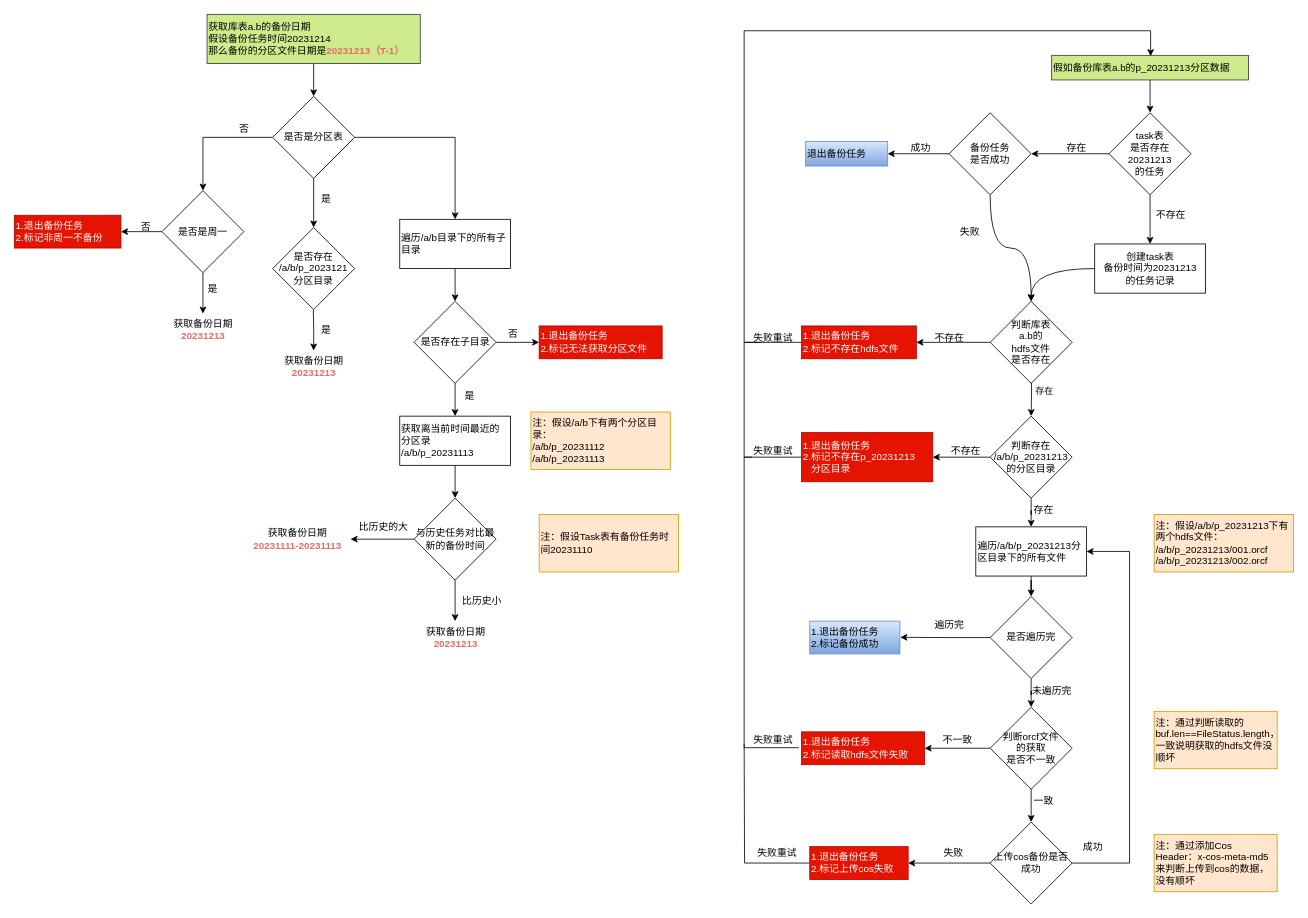
This is src/main/resources/work.drawio from milanyangbo/embedded-tidb, a draw.io file, before an edit. Source tidied: cells renumbered, new cells numbered last; positions are measured from the earlier drawing's top-left corner, leaving out a move shared by most shapes. Both pictures are drawn from the tidied source at 82%, with x=0, y=0 at pixel (14, 14).
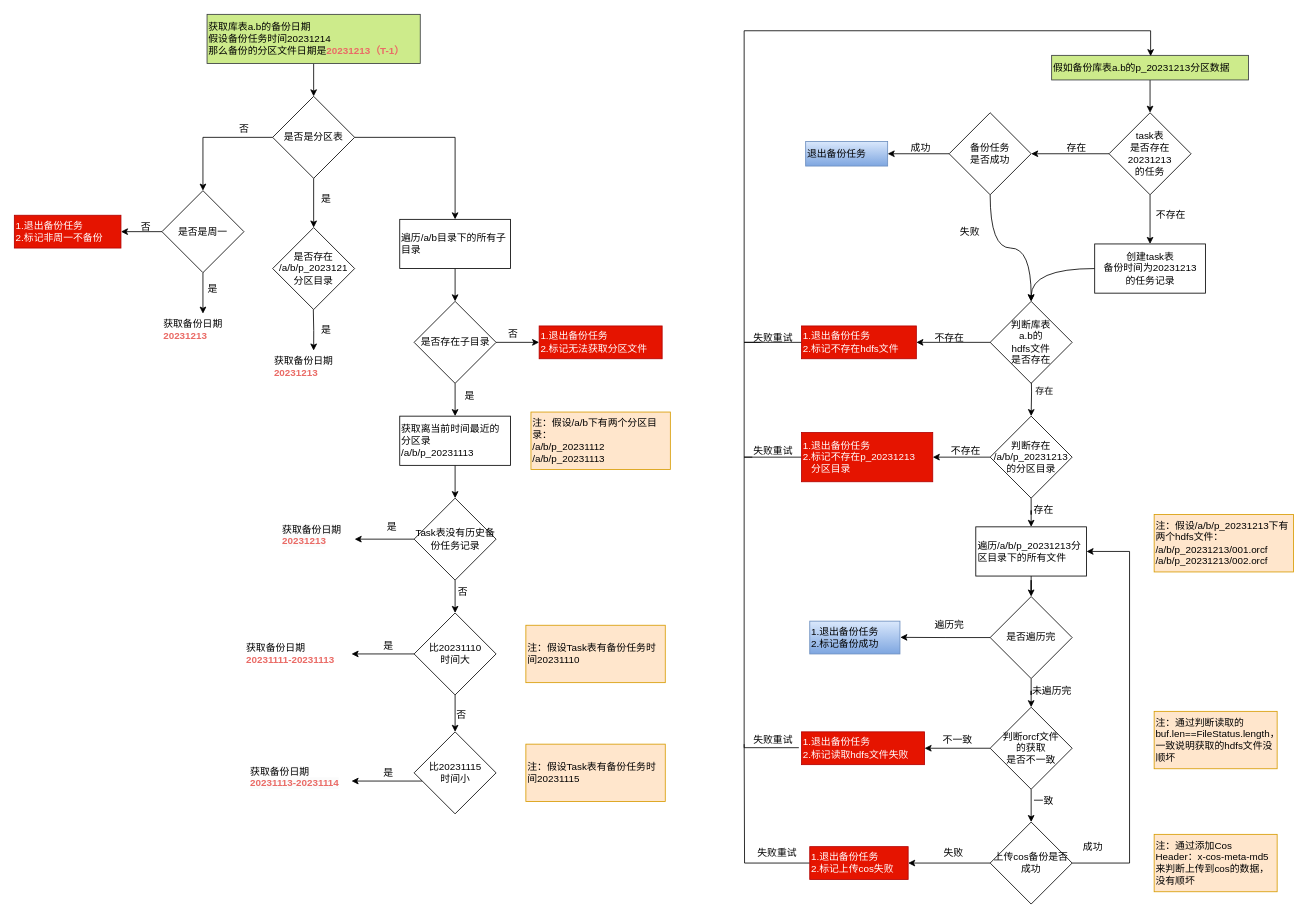
The same page after the edit.

The change refers to these unchanged cells:
```xml
<mxCell id="87" value="获取离当前时间最近的&lt;br&gt;分区录&lt;br&gt;/a/b/p_20231113" style="rounded=0;whiteSpace=wrap;html=1;align=left;" parent="1" vertex="1">
  <mxGeometry x="470" y="490" width="135" height="60" as="geometry" />
</mxCell>
```

What changed in the source:
```diff
@@
-    <mxCell id="69" value="获取备份日期&lt;br&gt;&lt;b style=&quot;--tw-border-spacing-x: 0; --tw-border-spacing-y: 0; --tw-translate-x: 0; --tw-translate-y: 0; --tw-rotate: 0; --tw-skew-x: 0; --tw-skew-y: 0; --tw-scale-x: 1; --tw-scale-y: 1; --tw-pan-x: ; --tw-pan-y: ; --tw-pinch-zoom: ; --tw-scroll-snap-strictness: proximity; --tw-gradient-from-position: ; --tw-gradient-via-position: ; --tw-gradient-to-position: ; --tw-ordinal: ; --tw-slashed-zero: ; --tw-numeric-figure: ; --tw-numeric-spacing: ; --tw-numeric-fraction: ; --tw-ring-inset: ; --tw-ring-offset-width: 0px; --tw-ring-offset-color: #fff; --tw-ring-color: rgb(59 130 246 / .5); --tw-ring-offset-shadow: 0 0 #0000; --tw-ring-shadow: 0 0 #0000; --tw-shadow: 0 0 #0000; --tw-shadow-colored: 0 0 #0000; --tw-blur: ; --tw-brightness: ; --tw-contrast: ; --tw-grayscale: ; --tw-hue-rotate: ; --tw-invert: ; --tw-saturate: ; --tw-sepia: ; --tw-drop-shadow: ; --tw-backdrop-blur: ; --tw-backdrop-brightness: ; --tw-backdrop-contrast: ; --tw-backdrop-grayscale: ; --tw-backdrop-hue-rotate: ; --tw-backdrop-invert: ; --tw-backdrop-opacity: ; --tw-backdrop-saturate: ; --tw-backdrop-sepia: ; border-color: var(--border-color); color: rgb(234, 107, 102); text-align: left;&quot;&gt;20231213&lt;/b&gt;" style="text;html=1;align=center;verticalAlign=middle;points=[];strokeColor=none;fillColor=none;" parent="1" vertex="1">
+    <mxCell id="69" value="获取备份日期&lt;br&gt;&lt;b style=&quot;--tw-border-spacing-x: 0; --tw-border-spacing-y: 0; --tw-translate-x: 0; --tw-translate-y: 0; --tw-rotate: 0; --tw-skew-x: 0; --tw-skew-y: 0; --tw-scale-x: 1; --tw-scale-y: 1; --tw-pan-x: ; --tw-pan-y: ; --tw-pinch-zoom: ; --tw-scroll-snap-strictness: proximity; --tw-gradient-from-position: ; --tw-gradient-via-position: ; --tw-gradient-to-position: ; --tw-ordinal: ; --tw-slashed-zero: ; --tw-numeric-figure: ; --tw-numeric-spacing: ; --tw-numeric-fraction: ; --tw-ring-inset: ; --tw-ring-offset-width: 0px; --tw-ring-offset-color: #fff; --tw-ring-color: rgb(59 130 246 / .5); --tw-ring-offset-shadow: 0 0 #0000; --tw-ring-shadow: 0 0 #0000; --tw-shadow: 0 0 #0000; --tw-shadow-colored: 0 0 #0000; --tw-blur: ; --tw-brightness: ; --tw-contrast: ; --tw-grayscale: ; --tw-hue-rotate: ; --tw-invert: ; --tw-saturate: ; --tw-sepia: ; --tw-drop-shadow: ; --tw-backdrop-blur: ; --tw-backdrop-brightness: ; --tw-backdrop-contrast: ; --tw-backdrop-grayscale: ; --tw-backdrop-hue-rotate: ; --tw-backdrop-invert: ; --tw-backdrop-opacity: ; --tw-backdrop-saturate: ; --tw-backdrop-sepia: ; border-color: var(--border-color); color: rgb(234, 107, 102);&quot;&gt;20231213&lt;/b&gt;" style="text;html=1;align=left;verticalAlign=middle;points=[];strokeColor=none;fillColor=none;" parent="1" vertex="1">
       <mxGeometry x="180" y="365" width="100" height="40" as="geometry" />
     </mxCell>
@@
-    <mxCell id="77" value="获取备份日期&lt;br&gt;&lt;b style=&quot;--tw-border-spacing-x: 0; --tw-border-spacing-y: 0; --tw-translate-x: 0; --tw-translate-y: 0; --tw-rotate: 0; --tw-skew-x: 0; --tw-skew-y: 0; --tw-scale-x: 1; --tw-scale-y: 1; --tw-pan-x: ; --tw-pan-y: ; --tw-pinch-zoom: ; --tw-scroll-snap-strictness: proximity; --tw-gradient-from-position: ; --tw-gradient-via-position: ; --tw-gradient-to-position: ; --tw-ordinal: ; --tw-slashed-zero: ; --tw-numeric-figure: ; --tw-numeric-spacing: ; --tw-numeric-fraction: ; --tw-ring-inset: ; --tw-ring-offset-width: 0px; --tw-ring-offset-color: #fff; --tw-ring-color: rgb(59 130 246 / .5); --tw-ring-offset-shadow: 0 0 #0000; --tw-ring-shadow: 0 0 #0000; --tw-shadow: 0 0 #0000; --tw-shadow-colored: 0 0 #0000; --tw-blur: ; --tw-brightness: ; --tw-contrast: ; --tw-grayscale: ; --tw-hue-rotate: ; --tw-invert: ; --tw-saturate: ; --tw-sepia: ; --tw-drop-shadow: ; --tw-backdrop-blur: ; --tw-backdrop-brightness: ; --tw-backdrop-contrast: ; --tw-backdrop-grayscale: ; --tw-backdrop-hue-rotate: ; --tw-backdrop-invert: ; --tw-backdrop-opacity: ; --tw-backdrop-saturate: ; --tw-backdrop-sepia: ; border-color: var(--border-color); color: rgb(234, 107, 102); text-align: left;&quot;&gt;20231213&lt;/b&gt;" style="text;html=1;align=center;verticalAlign=middle;points=[];strokeColor=none;fillColor=none;" parent="1" vertex="1">
+    <mxCell id="77" value="获取备份日期&lt;br&gt;&lt;b style=&quot;--tw-border-spacing-x: 0; --tw-border-spacing-y: 0; --tw-translate-x: 0; --tw-translate-y: 0; --tw-rotate: 0; --tw-skew-x: 0; --tw-skew-y: 0; --tw-scale-x: 1; --tw-scale-y: 1; --tw-pan-x: ; --tw-pan-y: ; --tw-pinch-zoom: ; --tw-scroll-snap-strictness: proximity; --tw-gradient-from-position: ; --tw-gradient-via-position: ; --tw-gradient-to-position: ; --tw-ordinal: ; --tw-slashed-zero: ; --tw-numeric-figure: ; --tw-numeric-spacing: ; --tw-numeric-fraction: ; --tw-ring-inset: ; --tw-ring-offset-width: 0px; --tw-ring-offset-color: #fff; --tw-ring-color: rgb(59 130 246 / .5); --tw-ring-offset-shadow: 0 0 #0000; --tw-ring-shadow: 0 0 #0000; --tw-shadow: 0 0 #0000; --tw-shadow-colored: 0 0 #0000; --tw-blur: ; --tw-brightness: ; --tw-contrast: ; --tw-grayscale: ; --tw-hue-rotate: ; --tw-invert: ; --tw-saturate: ; --tw-sepia: ; --tw-drop-shadow: ; --tw-backdrop-blur: ; --tw-backdrop-brightness: ; --tw-backdrop-contrast: ; --tw-backdrop-grayscale: ; --tw-backdrop-hue-rotate: ; --tw-backdrop-invert: ; --tw-backdrop-opacity: ; --tw-backdrop-saturate: ; --tw-backdrop-sepia: ; border-color: var(--border-color); color: rgb(234, 107, 102);&quot;&gt;20231213&lt;/b&gt;" style="text;html=1;align=left;verticalAlign=middle;points=[];strokeColor=none;fillColor=none;" parent="1" vertex="1">
       <mxGeometry x="315" y="410" width="100" height="40" as="geometry" />
     </mxCell>
@@
-    <mxCell id="86" style="edgeStyle=orthogonalEdgeStyle;rounded=0;jettySize=auto;html=1;" parent="1" edge="1" source="87" target="91">
-      <mxGeometry relative="1" as="geometry" />
-    </mxCell>
+    <mxCell id="98" style="edgeStyle=orthogonalEdgeStyle;rounded=0;jettySize=auto;html=1;" parent="1" edge="1" source="87" target="101">
+      <mxGeometry relative="1" as="geometry" />
+    </mxCell>
@@
-    <mxCell id="89" style="edgeStyle=orthogonalEdgeStyle;rounded=0;jettySize=auto;html=1;" parent="1" edge="1" source="91" target="93">
+    <mxCell id="89" style="edgeStyle=orthogonalEdgeStyle;rounded=0;jettySize=auto;html=1;entryX=0.5;entryY=0;entryDx=0;entryDy=0;" parent="1" edge="1" source="91" target="105">
       <mxGeometry relative="1" as="geometry" />
     </mxCell>
@@
-    <mxCell id="91" value="与历史任务对比最新的备份时间" style="rhombus;whiteSpace=wrap;html=1;" parent="1" vertex="1">
-      <mxGeometry x="487.5" y="590" width="100" height="100" as="geometry" />
+    <mxCell id="91" value="比20231110&lt;br&gt;时间大" style="rhombus;whiteSpace=wrap;html=1;" parent="1" vertex="1">
+      <mxGeometry x="487.5" y="730" width="100" height="100" as="geometry" />
     </mxCell>
     <mxCell id="92" value="注：假设Task表有备份任务时间20231110" style="rounded=0;whiteSpace=wrap;html=1;align=left;fillColor=#ffe6cc;strokeColor=#d79b00;" parent="1" vertex="1">
-      <mxGeometry x="640" y="610" width="170" height="70" as="geometry" />
+      <mxGeometry x="623.8" y="745" width="170" height="70" as="geometry" />
     </mxCell>
-    <mxCell id="93" value="获取备份日期&lt;br&gt;&lt;b style=&quot;--tw-border-spacing-x: 0; --tw-border-spacing-y: 0; --tw-translate-x: 0; --tw-translate-y: 0; --tw-rotate: 0; --tw-skew-x: 0; --tw-skew-y: 0; --tw-scale-x: 1; --tw-scale-y: 1; --tw-pan-x: ; --tw-pan-y: ; --tw-pinch-zoom: ; --tw-scroll-snap-strictness: proximity; --tw-gradient-from-position: ; --tw-gradient-via-position: ; --tw-gradient-to-position: ; --tw-ordinal: ; --tw-slashed-zero: ; --tw-numeric-figure: ; --tw-numeric-spacing: ; --tw-numeric-fraction: ; --tw-ring-inset: ; --tw-ring-offset-width: 0px; --tw-ring-offset-color: #fff; --tw-ring-color: rgb(59 130 246 / .5); --tw-ring-offset-shadow: 0 0 #0000; --tw-ring-shadow: 0 0 #0000; --tw-shadow: 0 0 #0000; --tw-shadow-colored: 0 0 #0000; --tw-blur: ; --tw-brightness: ; --tw-contrast: ; --tw-grayscale: ; --tw-hue-rotate: ; --tw-invert: ; --tw-saturate: ; --tw-sepia: ; --tw-drop-shadow: ; --tw-backdrop-blur: ; --tw-backdrop-brightness: ; --tw-backdrop-contrast: ; --tw-backdrop-grayscale: ; --tw-backdrop-hue-rotate: ; --tw-backdrop-invert: ; --tw-backdrop-opacity: ; --tw-backdrop-saturate: ; --tw-backdrop-sepia: ; border-color: var(--border-color); color: rgb(234, 107, 102); text-align: left;&quot;&gt;20231213&lt;/b&gt;" style="text;html=1;align=center;verticalAlign=middle;points=[];strokeColor=none;fillColor=none;" parent="1" vertex="1">
-      <mxGeometry x="487.5" y="740" width="100" height="40" as="geometry" />
-    </mxCell>
-    <mxCell id="94" value="比历史小" style="text;html=1;align=center;verticalAlign=middle;strokeColor=none;fillColor=none;" parent="1" vertex="1">
-      <mxGeometry x="535" y="700" width="70" height="30" as="geometry" />
-    </mxCell>
-    <mxCell id="95" value="获取备份日期&lt;br&gt;&lt;b style=&quot;--tw-border-spacing-x: 0; --tw-border-spacing-y: 0; --tw-translate-x: 0; --tw-translate-y: 0; --tw-rotate: 0; --tw-skew-x: 0; --tw-skew-y: 0; --tw-scale-x: 1; --tw-scale-y: 1; --tw-pan-x: ; --tw-pan-y: ; --tw-pinch-zoom: ; --tw-scroll-snap-strictness: proximity; --tw-gradient-from-position: ; --tw-gradient-via-position: ; --tw-gradient-to-position: ; --tw-ordinal: ; --tw-slashed-zero: ; --tw-numeric-figure: ; --tw-numeric-spacing: ; --tw-numeric-fraction: ; --tw-ring-inset: ; --tw-ring-offset-width: 0px; --tw-ring-offset-color: #fff; --tw-ring-color: rgb(59 130 246 / .5); --tw-ring-offset-shadow: 0 0 #0000; --tw-ring-shadow: 0 0 #0000; --tw-shadow: 0 0 #0000; --tw-shadow-colored: 0 0 #0000; --tw-blur: ; --tw-brightness: ; --tw-contrast: ; --tw-grayscale: ; --tw-hue-rotate: ; --tw-invert: ; --tw-saturate: ; --tw-sepia: ; --tw-drop-shadow: ; --tw-backdrop-blur: ; --tw-backdrop-brightness: ; --tw-backdrop-contrast: ; --tw-backdrop-grayscale: ; --tw-backdrop-hue-rotate: ; --tw-backdrop-invert: ; --tw-backdrop-opacity: ; --tw-backdrop-saturate: ; --tw-backdrop-sepia: ; border-color: var(--border-color); color: rgb(234, 107, 102); text-align: left;&quot;&gt;20231111-20231113&lt;/b&gt;" style="text;html=1;align=center;verticalAlign=middle;points=[];strokeColor=none;fillColor=none;" parent="1" vertex="1">
-      <mxGeometry x="280" y="620" width="130" height="40" as="geometry" />
+    <mxCell id="95" value="获取备份日期&lt;br&gt;&lt;b style=&quot;--tw-border-spacing-x: 0; --tw-border-spacing-y: 0; --tw-translate-x: 0; --tw-translate-y: 0; --tw-rotate: 0; --tw-skew-x: 0; --tw-skew-y: 0; --tw-scale-x: 1; --tw-scale-y: 1; --tw-pan-x: ; --tw-pan-y: ; --tw-pinch-zoom: ; --tw-scroll-snap-strictness: proximity; --tw-gradient-from-position: ; --tw-gradient-via-position: ; --tw-gradient-to-position: ; --tw-ordinal: ; --tw-slashed-zero: ; --tw-numeric-figure: ; --tw-numeric-spacing: ; --tw-numeric-fraction: ; --tw-ring-inset: ; --tw-ring-offset-width: 0px; --tw-ring-offset-color: #fff; --tw-ring-color: rgb(59 130 246 / .5); --tw-ring-offset-shadow: 0 0 #0000; --tw-ring-shadow: 0 0 #0000; --tw-shadow: 0 0 #0000; --tw-shadow-colored: 0 0 #0000; --tw-blur: ; --tw-brightness: ; --tw-contrast: ; --tw-grayscale: ; --tw-hue-rotate: ; --tw-invert: ; --tw-saturate: ; --tw-sepia: ; --tw-drop-shadow: ; --tw-backdrop-blur: ; --tw-backdrop-brightness: ; --tw-backdrop-contrast: ; --tw-backdrop-grayscale: ; --tw-backdrop-hue-rotate: ; --tw-backdrop-invert: ; --tw-backdrop-opacity: ; --tw-backdrop-saturate: ; --tw-backdrop-sepia: ; border-color: var(--border-color); color: rgb(234, 107, 102);&quot;&gt;20231111-20231113&lt;/b&gt;" style="text;html=1;align=left;verticalAlign=middle;points=[];strokeColor=none;fillColor=none;" parent="1" vertex="1">
+      <mxGeometry x="281.2" y="760" width="130" height="40" as="geometry" />
     </mxCell>
-    <mxCell id="96" value="比历史的大" style="text;html=1;align=center;verticalAlign=middle;strokeColor=none;fillColor=none;" parent="1" vertex="1">
-      <mxGeometry x="410" y="610" width="80" height="30" as="geometry" />
+    <mxCell id="96" value="是" style="text;html=1;align=center;verticalAlign=middle;strokeColor=none;fillColor=none;" parent="1" vertex="1">
+      <mxGeometry x="436.2" y="755" width="40" height="30" as="geometry" />
     </mxCell>
@@
+    <mxCell id="99" style="edgeStyle=orthogonalEdgeStyle;rounded=0;jettySize=auto;html=1;exitX=0.5;exitY=1;exitDx=0;exitDy=0;" parent="1" edge="1" source="101" target="91">
+      <mxGeometry relative="1" as="geometry" />
+    </mxCell>
+    <mxCell id="100" style="edgeStyle=orthogonalEdgeStyle;rounded=0;jettySize=auto;html=1;" parent="1" edge="1" source="101" target="93">
+      <mxGeometry relative="1" as="geometry" />
+    </mxCell>
+    <mxCell id="101" value="Task表没有历史备份任务记录" style="rhombus;whiteSpace=wrap;html=1;" parent="1" vertex="1">
+      <mxGeometry x="487.5" y="590" width="100" height="100" as="geometry" />
+    </mxCell>
+    <mxCell id="93" value="&lt;span style=&quot;color: rgb(0, 0, 0); font-family: Helvetica; font-size: 12px; font-style: normal; font-variant-ligatures: normal; font-variant-caps: normal; font-weight: 400; letter-spacing: normal; orphans: 2; text-align: center; text-indent: 0px; text-transform: none; widows: 2; word-spacing: 0px; -webkit-text-stroke-width: 0px; background-color: rgb(251, 251, 251); text-decoration-thickness: initial; text-decoration-style: initial; text-decoration-color: initial; float: none; display: inline !important;&quot;&gt;获取备份日期&lt;/span&gt;&lt;br style=&quot;--tw-border-spacing-x: 0; --tw-border-spacing-y: 0; --tw-translate-x: 0; --tw-translate-y: 0; --tw-rotate: 0; --tw-skew-x: 0; --tw-skew-y: 0; --tw-scale-x: 1; --tw-scale-y: 1; --tw-pan-x: ; --tw-pan-y: ; --tw-pinch-zoom: ; --tw-scroll-snap-strictness: proximity; --tw-gradient-from-position: ; --tw-gradient-via-position: ; --tw-gradient-to-position: ; --tw-ordinal: ; --tw-slashed-zero: ; --tw-numeric-figure: ; --tw-numeric-spacing: ; --tw-numeric-fraction: ; --tw-ring-inset: ; --tw-ring-offset-width: 0px; --tw-ring-offset-color: #fff; --tw-ring-color: rgb(59 130 246 / .5); --tw-ring-offset-shadow: 0 0 #0000; --tw-ring-shadow: 0 0 #0000; --tw-shadow: 0 0 #0000; --tw-shadow-colored: 0 0 #0000; --tw-blur: ; --tw-brightness: ; --tw-contrast: ; --tw-grayscale: ; --tw-hue-rotate: ; --tw-invert: ; --tw-saturate: ; --tw-sepia: ; --tw-drop-shadow: ; --tw-backdrop-blur: ; --tw-backdrop-brightness: ; --tw-backdrop-contrast: ; --tw-backdrop-grayscale: ; --tw-backdrop-hue-rotate: ; --tw-backdrop-invert: ; --tw-backdrop-opacity: ; --tw-backdrop-saturate: ; --tw-backdrop-sepia: ; border-color: var(--border-color); color: rgb(0, 0, 0); font-family: Helvetica; font-size: 12px; font-style: normal; font-variant-ligatures: normal; font-variant-caps: normal; font-weight: 400; letter-spacing: normal; orphans: 2; text-align: center; text-indent: 0px; text-transform: none; widows: 2; word-spacing: 0px; -webkit-text-stroke-width: 0px; background-color: rgb(251, 251, 251); text-decoration-thickness: initial; text-decoration-style: initial; text-decoration-color: initial;&quot;&gt;&lt;b style=&quot;--tw-border-spacing-x: 0; --tw-border-spacing-y: 0; --tw-translate-x: 0; --tw-translate-y: 0; --tw-rotate: 0; --tw-skew-x: 0; --tw-skew-y: 0; --tw-scale-x: 1; --tw-scale-y: 1; --tw-pan-x: ; --tw-pan-y: ; --tw-pinch-zoom: ; --tw-scroll-snap-strictness: proximity; --tw-gradient-from-position: ; --tw-gradient-via-position: ; --tw-gradient-to-position: ; --tw-ordinal: ; --tw-slashed-zero: ; --tw-numeric-figure: ; --tw-numeric-spacing: ; --tw-numeric-fraction: ; --tw-ring-inset: ; --tw-ring-offset-width: 0px; --tw-ring-offset-color: #fff; --tw-ring-color: rgb(59 130 246 / .5); --tw-ring-offset-shadow: 0 0 #0000; --tw-ring-shadow: 0 0 #0000; --tw-shadow: 0 0 #0000; --tw-shadow-colored: 0 0 #0000; --tw-blur: ; --tw-brightness: ; --tw-contrast: ; --tw-grayscale: ; --tw-hue-rotate: ; --tw-invert: ; --tw-saturate: ; --tw-sepia: ; --tw-drop-shadow: ; --tw-backdrop-blur: ; --tw-backdrop-brightness: ; --tw-backdrop-contrast: ; --tw-backdrop-grayscale: ; --tw-backdrop-hue-rotate: ; --tw-backdrop-invert: ; --tw-backdrop-opacity: ; --tw-backdrop-saturate: ; --tw-backdrop-sepia: ; border-color: var(--border-color); font-family: Helvetica; font-size: 12px; font-style: normal; font-variant-ligatures: normal; font-variant-caps: normal; letter-spacing: normal; orphans: 2; text-indent: 0px; text-transform: none; widows: 2; word-spacing: 0px; -webkit-text-stroke-width: 0px; background-color: rgb(251, 251, 251); text-decoration-thickness: initial; text-decoration-style: initial; text-decoration-color: initial; color: rgb(234, 107, 102); text-align: left;&quot;&gt;20231213&lt;/b&gt;" style="text;whiteSpace=wrap;html=1;" parent="1" vertex="1">
+      <mxGeometry x="325" y="615" width="90" height="50" as="geometry" />
+    </mxCell>
+    <mxCell id="102" value="是" style="text;html=1;align=center;verticalAlign=middle;strokeColor=none;fillColor=none;" parent="1" vertex="1">
+      <mxGeometry x="440" y="610" width="40" height="30" as="geometry" />
+    </mxCell>
+    <mxCell id="103" value="&amp;nbsp;否" style="text;html=1;align=center;verticalAlign=middle;strokeColor=none;fillColor=none;" parent="1" vertex="1">
+      <mxGeometry x="525" y="690" width="40" height="30" as="geometry" />
+    </mxCell>
+    <mxCell id="104" style="edgeStyle=orthogonalEdgeStyle;rounded=0;jettySize=auto;html=1;" parent="1" edge="1" source="105" target="108">
+      <mxGeometry relative="1" as="geometry">
+        <Array as="points">
+          <mxPoint x="416.2" y="935" />
+          <mxPoint x="416.2" y="935" />
+        </Array>
+      </mxGeometry>
+    </mxCell>
+    <mxCell id="105" value="比20231115&lt;br&gt;时间小" style="rhombus;whiteSpace=wrap;html=1;" parent="1" vertex="1">
+      <mxGeometry x="487.5" y="875" width="100" height="100" as="geometry" />
+    </mxCell>
+    <mxCell id="106" value="注：假设Task表有备份任务时间20231115" style="rounded=0;whiteSpace=wrap;html=1;align=left;fillColor=#ffe6cc;strokeColor=#d79b00;" parent="1" vertex="1">
+      <mxGeometry x="623.8" y="890" width="170" height="70" as="geometry" />
+    </mxCell>
+    <mxCell id="107" value="否" style="text;html=1;align=center;verticalAlign=middle;strokeColor=none;fillColor=none;" parent="1" vertex="1">
+      <mxGeometry x="525" y="840" width="40" height="30" as="geometry" />
+    </mxCell>
+    <mxCell id="108" value="&lt;span style=&quot;color: rgb(0, 0, 0); font-family: Helvetica; font-size: 12px; font-style: normal; font-variant-ligatures: normal; font-variant-caps: normal; font-weight: 400; letter-spacing: normal; orphans: 2; text-align: left; text-indent: 0px; text-transform: none; widows: 2; word-spacing: 0px; -webkit-text-stroke-width: 0px; background-color: rgb(251, 251, 251); text-decoration-thickness: initial; text-decoration-style: initial; text-decoration-color: initial; float: none; display: inline !important;&quot;&gt;获取备份日期&lt;/span&gt;&lt;br style=&quot;--tw-border-spacing-x: 0; --tw-border-spacing-y: 0; --tw-translate-x: 0; --tw-translate-y: 0; --tw-rotate: 0; --tw-skew-x: 0; --tw-skew-y: 0; --tw-scale-x: 1; --tw-scale-y: 1; --tw-pan-x: ; --tw-pan-y: ; --tw-pinch-zoom: ; --tw-scroll-snap-strictness: proximity; --tw-gradient-from-position: ; --tw-gradient-via-position: ; --tw-gradient-to-position: ; --tw-ordinal: ; --tw-slashed-zero: ; --tw-numeric-figure: ; --tw-numeric-spacing: ; --tw-numeric-fraction: ; --tw-ring-inset: ; --tw-ring-offset-width: 0px; --tw-ring-offset-color: #fff; --tw-ring-color: rgb(59 130 246 / .5); --tw-ring-offset-shadow: 0 0 #0000; --tw-ring-shadow: 0 0 #0000; --tw-shadow: 0 0 #0000; --tw-shadow-colored: 0 0 #0000; --tw-blur: ; --tw-brightness: ; --tw-contrast: ; --tw-grayscale: ; --tw-hue-rotate: ; --tw-invert: ; --tw-saturate: ; --tw-sepia: ; --tw-drop-shadow: ; --tw-backdrop-blur: ; --tw-backdrop-brightness: ; --tw-backdrop-contrast: ; --tw-backdrop-grayscale: ; --tw-backdrop-hue-rotate: ; --tw-backdrop-invert: ; --tw-backdrop-opacity: ; --tw-backdrop-saturate: ; --tw-backdrop-sepia: ; border-color: var(--border-color); color: rgb(0, 0, 0); font-family: Helvetica; font-size: 12px; font-style: normal; font-variant-ligatures: normal; font-variant-caps: normal; font-weight: 400; letter-spacing: normal; orphans: 2; text-align: left; text-indent: 0px; text-transform: none; widows: 2; word-spacing: 0px; -webkit-text-stroke-width: 0px; background-color: rgb(251, 251, 251); text-decoration-thickness: initial; text-decoration-style: initial; text-decoration-color: initial;&quot;&gt;&lt;b style=&quot;--tw-border-spacing-x: 0; --tw-border-spacing-y: 0; --tw-translate-x: 0; --tw-translate-y: 0; --tw-rotate: 0; --tw-skew-x: 0; --tw-skew-y: 0; --tw-scale-x: 1; --tw-scale-y: 1; --tw-pan-x: ; --tw-pan-y: ; --tw-pinch-zoom: ; --tw-scroll-snap-strictness: proximity; --tw-gradient-from-position: ; --tw-gradient-via-position: ; --tw-gradient-to-position: ; --tw-ordinal: ; --tw-slashed-zero: ; --tw-numeric-figure: ; --tw-numeric-spacing: ; --tw-numeric-fraction: ; --tw-ring-inset: ; --tw-ring-offset-width: 0px; --tw-ring-offset-color: #fff; --tw-ring-color: rgb(59 130 246 / .5); --tw-ring-offset-shadow: 0 0 #0000; --tw-ring-shadow: 0 0 #0000; --tw-shadow: 0 0 #0000; --tw-shadow-colored: 0 0 #0000; --tw-blur: ; --tw-brightness: ; --tw-contrast: ; --tw-grayscale: ; --tw-hue-rotate: ; --tw-invert: ; --tw-saturate: ; --tw-sepia: ; --tw-drop-shadow: ; --tw-backdrop-blur: ; --tw-backdrop-brightness: ; --tw-backdrop-contrast: ; --tw-backdrop-grayscale: ; --tw-backdrop-hue-rotate: ; --tw-backdrop-invert: ; --tw-backdrop-opacity: ; --tw-backdrop-saturate: ; --tw-backdrop-sepia: ; border-color: var(--border-color); font-family: Helvetica; font-size: 12px; font-style: normal; font-variant-ligatures: normal; font-variant-caps: normal; letter-spacing: normal; orphans: 2; text-align: left; text-indent: 0px; text-transform: none; widows: 2; word-spacing: 0px; -webkit-text-stroke-width: 0px; background-color: rgb(251, 251, 251); text-decoration-thickness: initial; text-decoration-style: initial; text-decoration-color: initial; color: rgb(234, 107, 102);&quot;&gt;20231113-20231114&lt;/b&gt;" style="text;whiteSpace=wrap;html=1;" parent="1" vertex="1">
+      <mxGeometry x="286.2" y="910" width="125" height="50" as="geometry" />
+    </mxCell>
+    <mxCell id="109" value="是" style="text;html=1;align=center;verticalAlign=middle;strokeColor=none;fillColor=none;" parent="1" vertex="1">
+      <mxGeometry x="436.2" y="910" width="40" height="30" as="geometry" />
+    </mxCell>
+    <mxCell id="110" style="edgeStyle=orthogonalEdgeStyle;rounded=0;orthogonalLoop=1;jettySize=auto;html=1;exitX=0.5;exitY=1;exitDx=0;exitDy=0;" parent="1" edge="1" source="93" target="93">
+      <mxGeometry relative="1" as="geometry" />
+    </mxCell>
```
